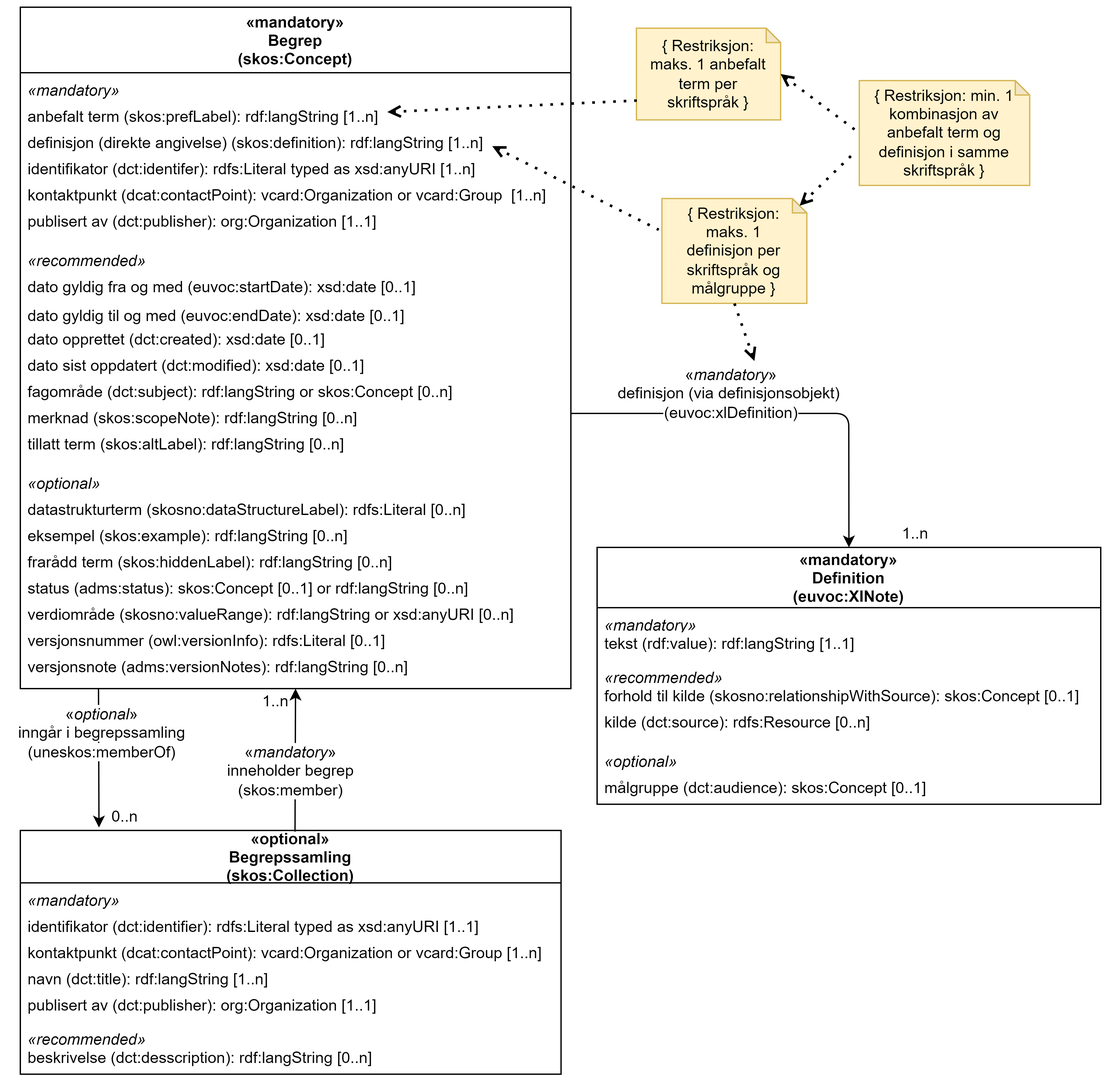
Informasjonsforvaltning/skos-ap-no-begrep keeps this draw.io diagram as docs/images/SKOS-AP-NO-Begrep-uten-relasjoner.png. Above is the earlier version. Source tidied: cells renumbered, new cells last; positions are measured from the earlier drawing's top-left corner, leaving out a move shared by most shapes.
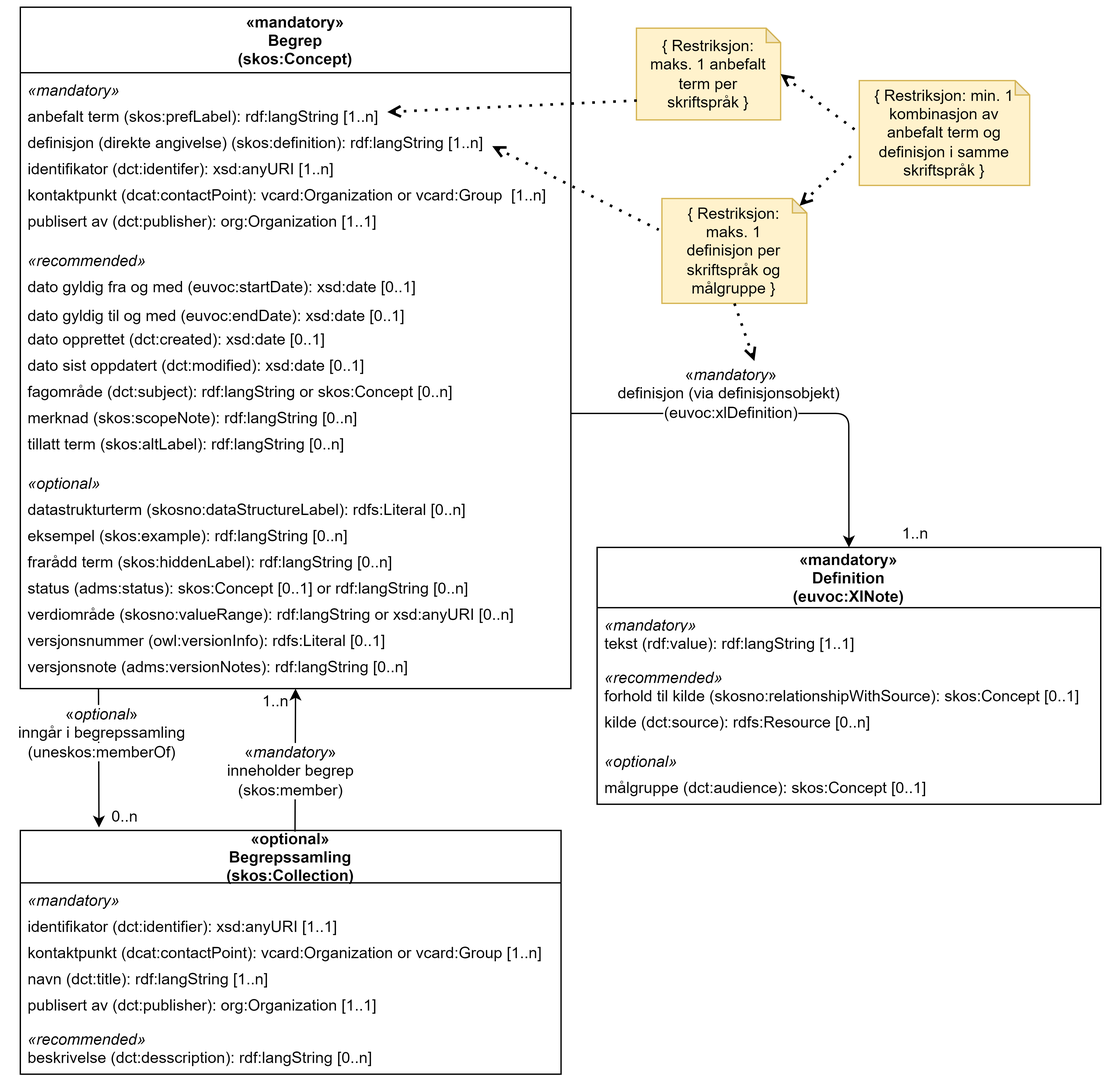
After the commit.

What changed in the source:
```diff
@@ -14,7 +14,7 @@
     <mxCell id="5" value="definisjon (direkte angivelse) (skos:definition): rdf:langString [1..n]" style="text;strokeColor=none;fillColor=none;align=left;verticalAlign=top;spacingLeft=4;spacingRight=4;overflow=hidden;labelBackgroundColor=none;" parent="2" vertex="1">
       <mxGeometry y="90" width="420" height="20" as="geometry" />
     </mxCell>
-    <mxCell id="6" value="identifikator (dct:identifer): rdfs:Literal typed as xsd:anyURI [1..n]" style="text;strokeColor=none;fillColor=none;align=left;verticalAlign=top;spacingLeft=4;spacingRight=4;overflow=hidden;" parent="2" vertex="1">
+    <mxCell id="6" value="identifikator (dct:identifer): xsd:anyURI [1..n]" style="text;strokeColor=none;fillColor=none;align=left;verticalAlign=top;spacingLeft=4;spacingRight=4;overflow=hidden;" parent="2" vertex="1">
       <mxGeometry y="110" width="420" height="20" as="geometry" />
     </mxCell>
     <mxCell id="7" value="kontaktpunkt (dcat:contactPoint): vcard:Organization or vcard:Group  [1..n]" style="text;strokeColor=none;fillColor=none;align=left;verticalAlign=top;spacingLeft=4;spacingRight=4;overflow=hidden;labelBackgroundColor=none;" parent="2" vertex="1">
@@ -114,7 +114,7 @@
     <mxCell id="37" value="«mandatory»" style="text;strokeColor=none;fillColor=none;align=left;verticalAlign=top;spacingLeft=4;spacingRight=4;overflow=hidden;fontStyle=2;" parent="36" vertex="1">
       <mxGeometry y="40" width="412.5" height="20" as="geometry" />
     </mxCell>
-    <mxCell id="38" value="identifikator (dct:identifier): rdfs:Literal typed as xsd:anyURI [1..1]" style="text;strokeColor=none;fillColor=none;align=left;verticalAlign=top;spacingLeft=4;spacingRight=4;overflow=hidden;" parent="36" vertex="1">
+    <mxCell id="38" value="identifikator (dct:identifier): xsd:anyURI [1..1]" style="text;strokeColor=none;fillColor=none;align=left;verticalAlign=top;spacingLeft=4;spacingRight=4;overflow=hidden;" parent="36" vertex="1">
       <mxGeometry y="60" width="412.5" height="20" as="geometry" />
     </mxCell>
     <mxCell id="39" value="kontaktpunkt (dcat:contactPoint): vcard:Organization or vcard:Group [1..n]" style="text;strokeColor=none;align=left;verticalAlign=top;spacingLeft=4;spacingRight=4;overflow=hidden;labelBackgroundColor=none;" parent="36" vertex="1">
```
